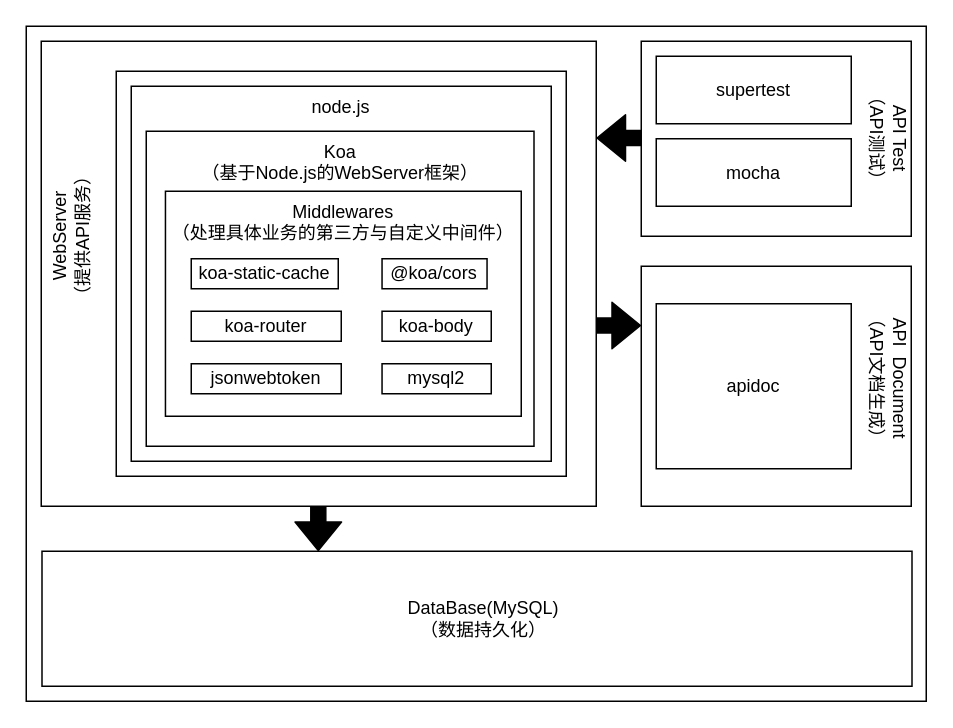
Above: introduction/后端架构.drawio in motao314/cnode-data-sql (draw.io), before the change. Source tidied: cells renumbered, new cells numbered last; positions are measured from the earlier drawing's top-left corner, leaving out a move shared by most shapes. Both pictures are drawn from the tidied source at 150%, with x=0, y=0 at pixel (26, 26).
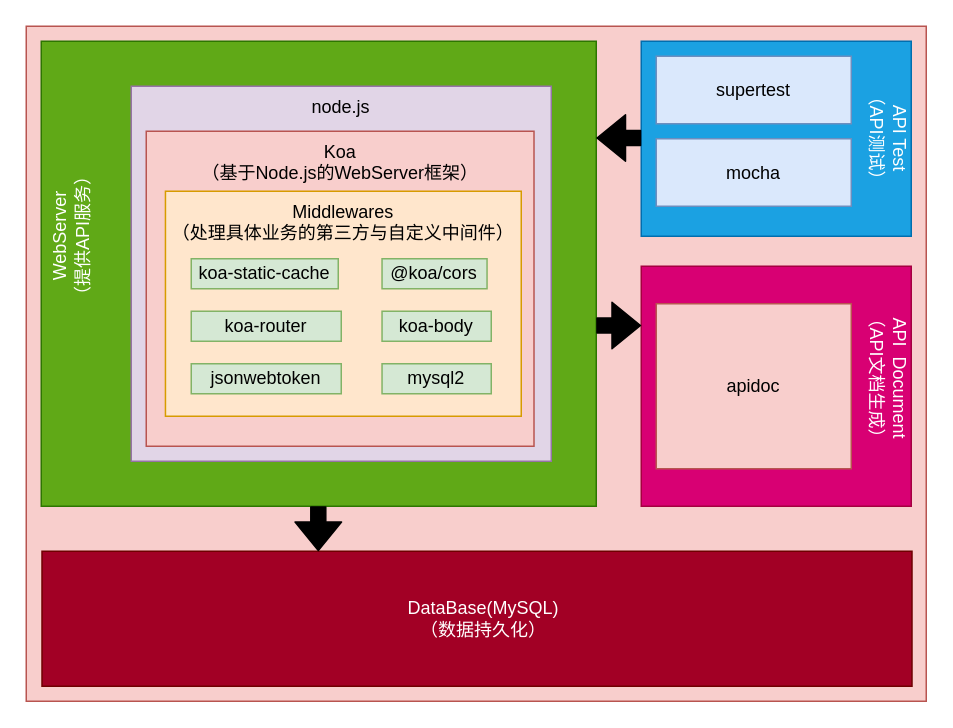
The same diagram, later.

Diff of the diagram source:
```diff
@@
-    <mxCell id="2" style="rounded=0;whiteSpace=wrap;html=1;" parent="1" vertex="1">
+    <mxCell id="2" style="rounded=0;whiteSpace=wrap;html=1;fillColor=#f8cecc;strokeColor=#b85450;" parent="1" vertex="1">
       <mxGeometry width="600" height="450" as="geometry" />
     </mxCell>
-    <mxCell id="3" style="rounded=0;whiteSpace=wrap;html=1;" parent="1" vertex="1">
+    <mxCell id="3" style="rounded=0;whiteSpace=wrap;html=1;fillColor=#60a917;strokeColor=#2D7600;fontColor=#ffffff;" parent="1" vertex="1">
       <mxGeometry x="10" y="10" width="370" height="310" as="geometry" />
     </mxCell>
-    <mxCell id="4" style="rounded=0;whiteSpace=wrap;html=1;" parent="1" vertex="1">
+    <mxCell id="4" style="rounded=0;whiteSpace=wrap;html=1;fillColor=#d80073;strokeColor=#A50040;fontColor=#ffffff;" parent="1" vertex="1">
       <mxGeometry x="410" y="160" width="180" height="160" as="geometry" />
     </mxCell>
-    <mxCell id="5" style="rounded=0;whiteSpace=wrap;html=1;" parent="1" vertex="1">
+    <mxCell id="5" style="rounded=0;whiteSpace=wrap;html=1;fillColor=#a20025;strokeColor=#6F0000;fontColor=#ffffff;" parent="1" vertex="1">
       <mxGeometry x="10.5" y="350" width="580" height="90" as="geometry" />
     </mxCell>
-    <mxCell id="6" value="WebServer&lt;br&gt;（提供API服务）" style="text;html=1;strokeColor=none;fillColor=none;align=center;verticalAlign=middle;whiteSpace=wrap;rounded=0;horizontal=0;" parent="1" vertex="1">
+    <mxCell id="6" value="WebServer&lt;br&gt;（提供API服务）" style="text;html=1;strokeColor=none;fillColor=none;align=center;verticalAlign=middle;whiteSpace=wrap;rounded=0;horizontal=0;fontColor=#FFFFFF;" parent="1" vertex="1">
       <mxGeometry y="70" width="60" height="140" as="geometry" />
     </mxCell>
-    <mxCell id="7" value="API&amp;nbsp; Document&lt;br&gt;（API文档生成）" style="text;html=1;strokeColor=none;fillColor=none;align=center;verticalAlign=middle;whiteSpace=wrap;rounded=0;horizontal=0;direction=west;flipH=1;flipV=1;rotation=-180;" parent="1" vertex="1">
+    <mxCell id="7" value="API&amp;nbsp; Document&lt;br&gt;（API文档生成）" style="text;html=1;strokeColor=none;fillColor=none;align=center;verticalAlign=middle;whiteSpace=wrap;rounded=0;horizontal=0;direction=west;flipH=1;flipV=1;rotation=-180;fontColor=#FFFFFF;" parent="1" vertex="1">
       <mxGeometry x="550" y="170" width="50" height="130" as="geometry" />
     </mxCell>
-    <mxCell id="8" value="DataBase(MySQL)&lt;br&gt;（数据持久化）" style="text;html=1;strokeColor=none;fillColor=none;align=center;verticalAlign=middle;whiteSpace=wrap;rounded=0;" parent="1" vertex="1">
+    <mxCell id="8" value="DataBase(MySQL)&lt;br&gt;（数据持久化）" style="text;html=1;strokeColor=none;fillColor=none;align=center;verticalAlign=middle;whiteSpace=wrap;rounded=0;fontColor=#FFFFFF;" parent="1" vertex="1">
       <mxGeometry x="220" y="385" width="170" height="20" as="geometry" />
     </mxCell>
@@
-    <mxCell id="11" style="rounded=0;whiteSpace=wrap;html=1;" parent="1" vertex="1">
-      <mxGeometry x="60" y="30" width="300" height="270" as="geometry" />
-    </mxCell>
-    <mxCell id="12" value="node.js" style="rounded=0;whiteSpace=wrap;html=1;verticalAlign=top;" parent="1" vertex="1">
+    <mxCell id="12" value="node.js" style="rounded=0;whiteSpace=wrap;html=1;verticalAlign=top;fillColor=#e1d5e7;strokeColor=#9673a6;" parent="1" vertex="1">
       <mxGeometry x="70" y="40" width="280" height="250" as="geometry" />
     </mxCell>
-    <mxCell id="13" value="Koa&lt;br&gt;（基于Node.js的WebServer框架）" style="rounded=0;whiteSpace=wrap;html=1;verticalAlign=top;" parent="1" vertex="1">
+    <mxCell id="13" value="Koa&lt;br&gt;（基于Node.js的WebServer框架）" style="rounded=0;whiteSpace=wrap;html=1;verticalAlign=top;fillColor=#f8cecc;strokeColor=#b85450;" parent="1" vertex="1">
       <mxGeometry x="80" y="70" width="258.5" height="210" as="geometry" />
     </mxCell>
-    <mxCell id="14" style="rounded=0;whiteSpace=wrap;html=1;" parent="1" vertex="1">
+    <mxCell id="14" style="rounded=0;whiteSpace=wrap;html=1;fillColor=#1ba1e2;strokeColor=#006EAF;fontColor=#ffffff;" parent="1" vertex="1">
       <mxGeometry x="410" y="10" width="180" height="130" as="geometry" />
     </mxCell>
-    <mxCell id="15" value="API Test&lt;br&gt;（API测试）" style="text;html=1;strokeColor=none;fillColor=none;align=center;verticalAlign=middle;whiteSpace=wrap;rounded=0;horizontal=0;direction=west;flipH=1;flipV=1;rotation=-180;" parent="1" vertex="1">
+    <mxCell id="15" value="API Test&lt;br&gt;（API测试）" style="text;html=1;strokeColor=none;fillColor=none;align=center;verticalAlign=middle;whiteSpace=wrap;rounded=0;horizontal=0;direction=west;flipH=1;flipV=1;rotation=-180;fontColor=#FFFFFF;" parent="1" vertex="1">
       <mxGeometry x="550" y="10" width="50" height="130" as="geometry" />
     </mxCell>
@@
-    <mxCell id="17" value="supertest" style="rounded=0;whiteSpace=wrap;html=1;" parent="1" vertex="1">
+    <mxCell id="17" value="supertest" style="rounded=0;whiteSpace=wrap;html=1;fillColor=#dae8fc;strokeColor=#6c8ebf;" parent="1" vertex="1">
       <mxGeometry x="420" y="20" width="130" height="45" as="geometry" />
     </mxCell>
-    <mxCell id="18" value="mocha" style="rounded=0;whiteSpace=wrap;html=1;" parent="1" vertex="1">
+    <mxCell id="18" value="mocha" style="rounded=0;whiteSpace=wrap;html=1;fillColor=#dae8fc;strokeColor=#6c8ebf;" parent="1" vertex="1">
       <mxGeometry x="420" y="75" width="130" height="45" as="geometry" />
     </mxCell>
-    <mxCell id="19" value="apidoc" style="rounded=0;whiteSpace=wrap;html=1;" parent="1" vertex="1">
+    <mxCell id="19" value="apidoc" style="rounded=0;whiteSpace=wrap;html=1;fillColor=#f8cecc;strokeColor=#b85450;" parent="1" vertex="1">
       <mxGeometry x="420" y="185" width="130" height="110" as="geometry" />
     </mxCell>
-    <mxCell id="20" value="Middlewares&lt;br&gt;（处理具体业务的第三方与自定义中间件）" style="rounded=0;whiteSpace=wrap;html=1;verticalAlign=top;" parent="1" vertex="1">
+    <mxCell id="20" value="Middlewares&lt;br&gt;（处理具体业务的第三方与自定义中间件）" style="rounded=0;whiteSpace=wrap;html=1;verticalAlign=top;fillColor=#ffe6cc;strokeColor=#d79b00;" parent="1" vertex="1">
       <mxGeometry x="92.8" y="110" width="237.2" height="150" as="geometry" />
     </mxCell>
-    <mxCell id="21" value="@koa/cors" style="rounded=0;whiteSpace=wrap;html=1;" parent="1" vertex="1">
+    <mxCell id="21" value="@koa/cors" style="rounded=0;whiteSpace=wrap;html=1;fillColor=#d5e8d4;strokeColor=#82b366;" parent="1" vertex="1">
       <mxGeometry x="237.2" y="155" width="70" height="20" as="geometry" />
     </mxCell>
-    <mxCell id="22" value="jsonwebtoken" style="rounded=0;whiteSpace=wrap;html=1;" parent="1" vertex="1">
+    <mxCell id="22" value="jsonwebtoken" style="rounded=0;whiteSpace=wrap;html=1;fillColor=#d5e8d4;strokeColor=#82b366;" parent="1" vertex="1">
       <mxGeometry x="110" y="225" width="100" height="20" as="geometry" />
     </mxCell>
-    <mxCell id="23" value="koa-body" style="rounded=0;whiteSpace=wrap;html=1;" parent="1" vertex="1">
+    <mxCell id="23" value="koa-body" style="rounded=0;whiteSpace=wrap;html=1;fillColor=#d5e8d4;strokeColor=#82b366;" parent="1" vertex="1">
       <mxGeometry x="237.2" y="190" width="72.8" height="20" as="geometry" />
     </mxCell>
-    <mxCell id="24" value="koa-router" style="rounded=0;whiteSpace=wrap;html=1;" parent="1" vertex="1">
+    <mxCell id="24" value="koa-router" style="rounded=0;whiteSpace=wrap;html=1;fillColor=#d5e8d4;strokeColor=#82b366;" parent="1" vertex="1">
       <mxGeometry x="110" y="190" width="100" height="20" as="geometry" />
     </mxCell>
-    <mxCell id="25" value="koa-static-cache" style="rounded=0;whiteSpace=wrap;html=1;" parent="1" vertex="1">
+    <mxCell id="25" value="koa-static-cache" style="rounded=0;whiteSpace=wrap;html=1;fillColor=#d5e8d4;strokeColor=#82b366;" parent="1" vertex="1">
       <mxGeometry x="110" y="155" width="98" height="20" as="geometry" />
     </mxCell>
-    <mxCell id="26" value="mysql2" style="rounded=0;whiteSpace=wrap;html=1;" parent="1" vertex="1">
+    <mxCell id="26" value="mysql2" style="rounded=0;whiteSpace=wrap;html=1;fillColor=#d5e8d4;strokeColor=#82b366;" parent="1" vertex="1">
       <mxGeometry x="237.2" y="225" width="72.8" height="20" as="geometry" />
     </mxCell>
```
